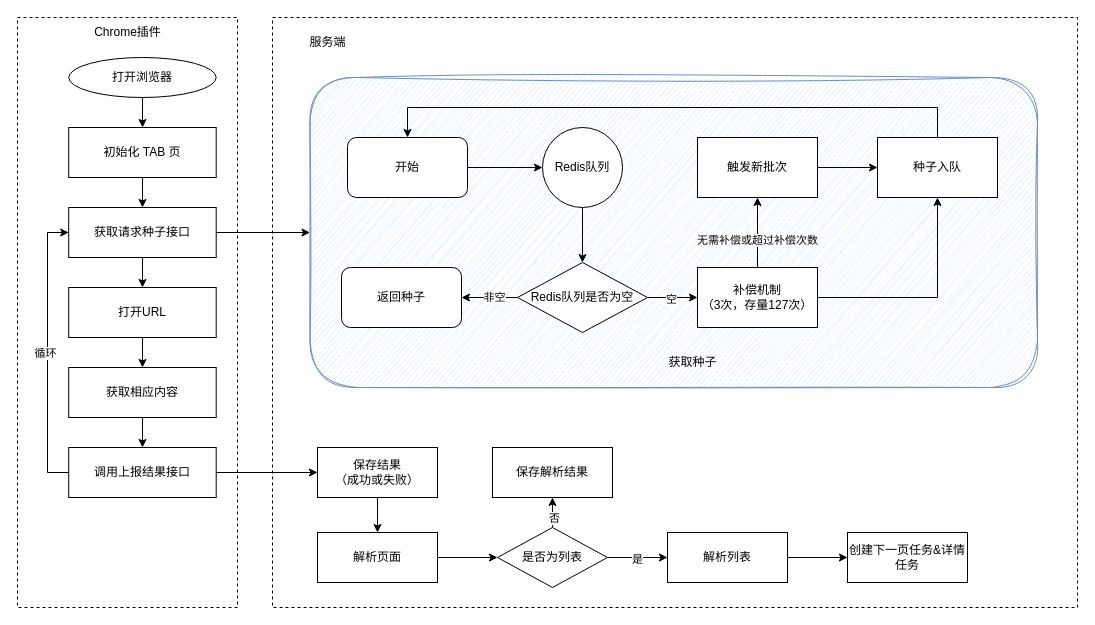
seehar/draw keeps this draw.io diagram as page "第 2 页" (2 of 2) of 整体架构.drawio. Above is the earlier version. Source tidied: cells renumbered, new cells numbered last; positions are measured from the earlier drawing's top-left corner, leaving out a move shared by most shapes. Both pictures are drawn from the tidied source at 100%, with x=0, y=0 at pixel (17, 17).
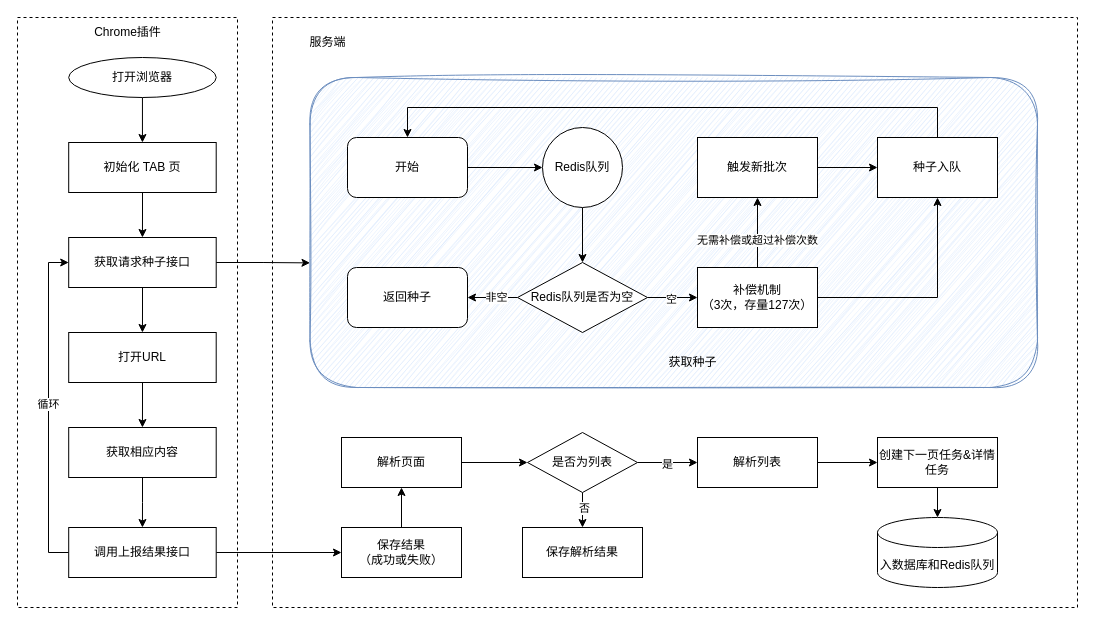
The same page after the edit.

What changed in the source:
```diff
@@
-    <mxCell id="2" style="rounded=0;whiteSpace=wrap;html=1;fillStyle=auto;dashed=1;" parent="1" vertex="1">
+    <mxCell id="2" style="rounded=0;whiteSpace=wrap;html=1;fillStyle=solid;dashed=1;" parent="1" vertex="1">
       <mxGeometry width="220" height="590" as="geometry" />
     </mxCell>
-    <mxCell id="3" style="rounded=0;whiteSpace=wrap;html=1;fillStyle=auto;dashed=1;" parent="1" vertex="1">
+    <mxCell id="3" style="rounded=0;whiteSpace=wrap;html=1;fillStyle=solid;dashed=1;" parent="1" vertex="1">
       <mxGeometry x="255" width="805" height="590" as="geometry" />
     </mxCell>
-    <mxCell id="4" style="rounded=1;whiteSpace=wrap;html=1;fillColor=#dae8fc;strokeColor=#6c8ebf;sketch=1;curveFitting=1;jiggle=2;" parent="1" vertex="1">
+    <mxCell id="4" style="rounded=1;whiteSpace=wrap;html=1;fillColor=#dae8fc;strokeColor=#6c8ebf;glass=0;shadow=0;sketch=1;curveFitting=1;jiggle=2;" parent="1" vertex="1">
       <mxGeometry x="292.5" y="60" width="727.5" height="310" as="geometry" />
     </mxCell>
@@
     <mxCell id="8" value="初始化 TAB 页" style="rounded=0;whiteSpace=wrap;html=1;" parent="1" vertex="1">
-      <mxGeometry x="51.2" y="110" width="147.5" height="50" as="geometry" />
+      <mxGeometry x="51.2" y="125" width="147.5" height="50" as="geometry" />
     </mxCell>
@@
-    <mxCell id="10" style="edgeStyle=orthogonalEdgeStyle;rounded=0;jettySize=auto;html=1;entryX=0;entryY=0.5;entryDx=0;entryDy=0;" parent="1" edge="1" source="11" target="4">
-      <mxGeometry relative="1" as="geometry" />
-    </mxCell>
     <mxCell id="11" value="获取请求种子接口" style="rounded=0;whiteSpace=wrap;html=1;" parent="1" vertex="1">
-      <mxGeometry x="51.2" y="190" width="147.5" height="50" as="geometry" />
+      <mxGeometry x="51.2" y="220" width="147.5" height="50" as="geometry" />
     </mxCell>
@@
     <mxCell id="13" value="打开URL" style="rounded=0;whiteSpace=wrap;html=1;" parent="1" vertex="1">
-      <mxGeometry x="51.2" y="270" width="147.5" height="50" as="geometry" />
+      <mxGeometry x="51.2" y="315" width="147.5" height="50" as="geometry" />
     </mxCell>
@@
     <mxCell id="15" value="获取相应内容" style="rounded=0;whiteSpace=wrap;html=1;" parent="1" vertex="1">
-      <mxGeometry x="51.2" y="350" width="147.5" height="50" as="geometry" />
+      <mxGeometry x="51.2" y="410" width="147.5" height="50" as="geometry" />
     </mxCell>
+    <mxCell id="18" style="edgeStyle=orthogonalEdgeStyle;rounded=0;jettySize=auto;html=1;entryX=0;entryY=0.5;entryDx=0;entryDy=0;" parent="1" edge="1" source="19" target="27">
+      <mxGeometry relative="1" as="geometry" />
+    </mxCell>
     <mxCell id="16" style="edgeStyle=orthogonalEdgeStyle;rounded=0;jettySize=auto;html=1;entryX=0;entryY=0.5;entryDx=0;entryDy=0;" parent="1" edge="1" source="19" target="11">
       <mxGeometry relative="1" as="geometry">
         <Array as="points">
-          <mxPoint x="30" y="455" />
-          <mxPoint x="30" y="215" />
+          <mxPoint x="31" y="535" />
+          <mxPoint x="31" y="245" />
         </Array>
       </mxGeometry>
     </mxCell>
     <mxCell id="17" value="循环" style="edgeLabel;html=1;align=center;verticalAlign=middle;" parent="16" vertex="1">
-      <mxGeometry y="3" relative="1" as="geometry" />
+      <mxGeometry x="0.02" y="1" relative="1" as="geometry" />
     </mxCell>
-    <mxCell id="18" style="edgeStyle=orthogonalEdgeStyle;rounded=0;jettySize=auto;html=1;entryX=0;entryY=0.5;entryDx=0;entryDy=0;" parent="1" edge="1" source="19" target="27">
-      <mxGeometry relative="1" as="geometry" />
-    </mxCell>
     <mxCell id="19" value="调用上报结果接口" style="rounded=0;whiteSpace=wrap;html=1;" parent="1" vertex="1">
-      <mxGeometry x="51.2" y="430" width="147.5" height="50" as="geometry" />
+      <mxGeometry x="51.2" y="510" width="147.5" height="50" as="geometry" />
     </mxCell>
@@
-    <mxCell id="26" style="edgeStyle=orthogonalEdgeStyle;rounded=0;jettySize=auto;html=1;entryX=0.5;entryY=0;entryDx=0;entryDy=0;" parent="1" edge="1" source="27" target="29">
+    <mxCell id="26" style="edgeStyle=orthogonalEdgeStyle;rounded=0;jettySize=auto;html=1;entryX=0.5;entryY=1;entryDx=0;entryDy=0;" parent="1" edge="1" source="27" target="29">
       <mxGeometry relative="1" as="geometry" />
     </mxCell>
     <mxCell id="27" value="保存结果&lt;div&gt;（成功或失败）&lt;/div&gt;" style="rounded=0;whiteSpace=wrap;html=1;" parent="1" vertex="1">
-      <mxGeometry x="300" y="430" width="120" height="50" as="geometry" />
+      <mxGeometry x="324" y="510" width="120" height="50" as="geometry" />
     </mxCell>
@@
     <mxCell id="29" value="解析页面" style="rounded=0;whiteSpace=wrap;html=1;" parent="1" vertex="1">
-      <mxGeometry x="300" y="515" width="120" height="50" as="geometry" />
+      <mxGeometry x="324" y="420" width="120" height="50" as="geometry" />
     </mxCell>
@@
-    <mxCell id="32" style="edgeStyle=orthogonalEdgeStyle;rounded=0;jettySize=auto;html=1;entryX=0.5;entryY=1;entryDx=0;entryDy=0;" parent="1" edge="1" source="34" target="37">
+    <mxCell id="32" style="edgeStyle=orthogonalEdgeStyle;rounded=0;jettySize=auto;html=1;entryX=0.5;entryY=0;entryDx=0;entryDy=0;" parent="1" edge="1" source="34" target="37">
       <mxGeometry relative="1" as="geometry" />
     </mxCell>
     <mxCell id="33" value="否" style="edgeLabel;html=1;align=center;verticalAlign=middle;" parent="32" vertex="1">
-      <mxGeometry x="-0.62" y="-1" relative="1" as="geometry" />
+      <mxGeometry x="-0.35" y="1" relative="1" as="geometry" />
     </mxCell>
     <mxCell id="34" value="是否为列表" style="rhombus;whiteSpace=wrap;html=1;" parent="1" vertex="1">
-      <mxGeometry x="480" y="510" width="110" height="60" as="geometry" />
+      <mxGeometry x="510" y="415" width="110" height="60" as="geometry" />
     </mxCell>
@@
     <mxCell id="36" value="解析列表" style="rounded=0;whiteSpace=wrap;html=1;" parent="1" vertex="1">
-      <mxGeometry x="650" y="515" width="120" height="50" as="geometry" />
+      <mxGeometry x="680" y="420" width="120" height="50" as="geometry" />
     </mxCell>
     <mxCell id="37" value="保存解析结果" style="rounded=0;whiteSpace=wrap;html=1;" parent="1" vertex="1">
-      <mxGeometry x="475" y="430" width="120" height="50" as="geometry" />
+      <mxGeometry x="505" y="510" width="120" height="50" as="geometry" />
     </mxCell>
     <mxCell id="38" value="创建下一页任务&amp;amp;详情任务" style="rounded=0;whiteSpace=wrap;html=1;" parent="1" vertex="1">
-      <mxGeometry x="830" y="515" width="120" height="50" as="geometry" />
+      <mxGeometry x="860" y="420" width="120" height="50" as="geometry" />
     </mxCell>
@@
     <mxCell id="46" value="返回种子" style="rounded=1;whiteSpace=wrap;html=1;" parent="1" vertex="1">
-      <mxGeometry x="324" y="250" width="120" height="60" as="geometry" />
+      <mxGeometry x="330" y="250" width="120" height="60" as="geometry" />
     </mxCell>
@@
+    <mxCell id="54" value="入数据库和Redis队列" style="shape=cylinder3;whiteSpace=wrap;html=1;boundedLbl=1;backgroundOutline=1;size=15;" parent="1" vertex="1">
+      <mxGeometry x="860" y="500" width="120" height="70" as="geometry" />
+    </mxCell>
+    <mxCell id="55" style="edgeStyle=orthogonalEdgeStyle;rounded=0;jettySize=auto;html=1;entryX=0.5;entryY=0;entryDx=0;entryDy=0;entryPerimeter=0;" parent="1" edge="1" source="38" target="54">
+      <mxGeometry relative="1" as="geometry" />
+    </mxCell>
+    <mxCell id="10" style="edgeStyle=orthogonalEdgeStyle;rounded=0;jettySize=auto;html=1;entryX=0;entryY=0.598;entryDx=0;entryDy=0;entryPerimeter=0;" parent="1" edge="1" source="11" target="4">
+      <mxGeometry relative="1" as="geometry" />
+    </mxCell>
```
